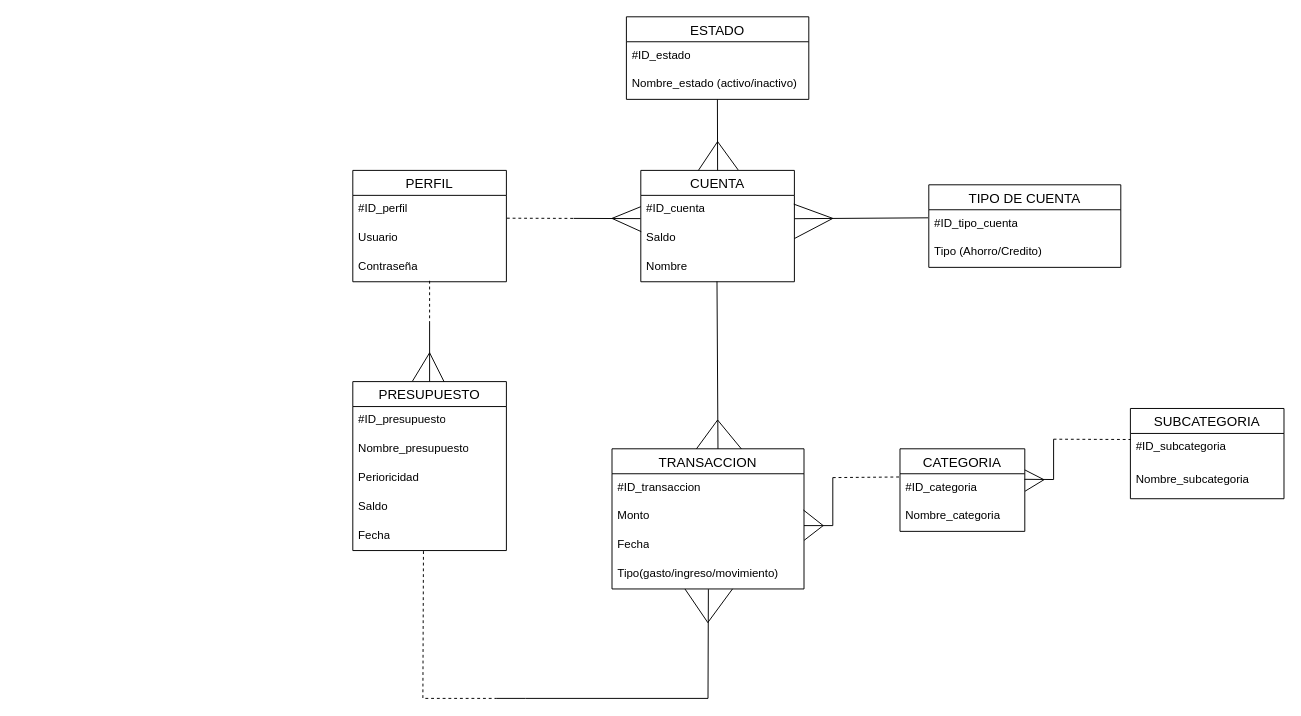
Above: mer.drawio in CristianGiVi/Proyect-bank (draw.io), before the change. Source tidied: cells renumbered, new cells numbered last; positions are measured from the earlier drawing's top-left corner, leaving out a move shared by most shapes. Both pictures are drawn from the tidied source at 96%, with x=0, y=0 at pixel (352, 16).
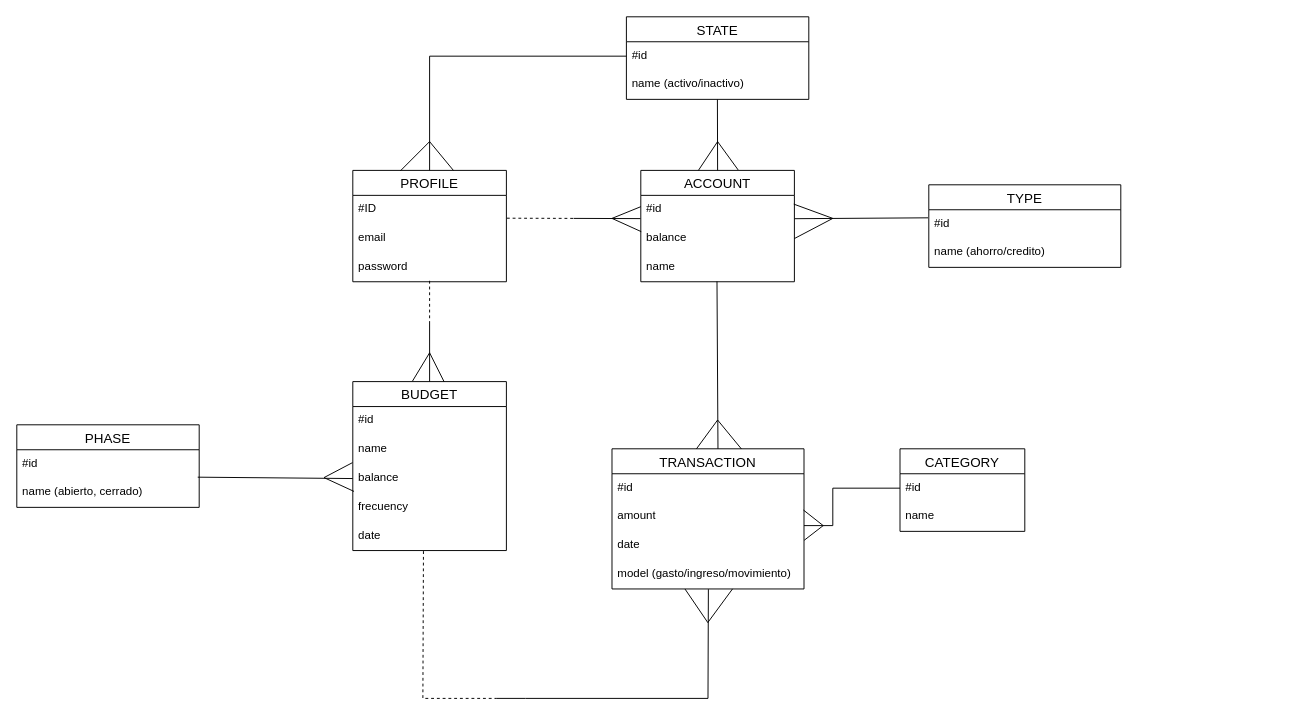
The same diagram, later.

What changed in the source:
```diff
@@
-    <mxCell id="2" value="PERFIL" style="swimlane;fontStyle=0;horizontal=1;startSize=26;align=center;fontSize=14;fillColor=default;fillStyle=solid;" parent="1" vertex="1">
+    <mxCell id="2" value="PROFILE" style="swimlane;fontStyle=0;horizontal=1;startSize=26;align=center;fontSize=14;fillColor=default;fillStyle=solid;" parent="1" vertex="1">
       <mxGeometry y="160" width="160" height="116" as="geometry" />
     </mxCell>
-    <mxCell id="3" value="#ID_perfil" style="text;strokeColor=none;fillColor=none;spacingLeft=4;spacingRight=4;overflow=hidden;points=[[0,0.5],[1,0.5]];portConstraint=eastwest;fontSize=12;whiteSpace=wrap;html=1;" parent="2" vertex="1">
+    <mxCell id="3" value="#ID" style="text;strokeColor=none;fillColor=none;spacingLeft=4;spacingRight=4;overflow=hidden;points=[[0,0.5],[1,0.5]];portConstraint=eastwest;fontSize=12;whiteSpace=wrap;html=1;" parent="2" vertex="1">
       <mxGeometry y="26" width="160" height="30" as="geometry" />
     </mxCell>
-    <mxCell id="4" value="Usuario" style="text;strokeColor=none;fillColor=none;spacingLeft=4;spacingRight=4;overflow=hidden;fontSize=12;whiteSpace=wrap;html=1;" parent="2" vertex="1">
+    <mxCell id="4" value="email" style="text;strokeColor=none;fillColor=none;spacingLeft=4;spacingRight=4;overflow=hidden;fontSize=12;whiteSpace=wrap;html=1;" parent="2" vertex="1">
       <mxGeometry y="56" width="160" height="30" as="geometry" />
     </mxCell>
-    <mxCell id="5" value="Contraseña" style="text;strokeColor=none;fillColor=none;spacingLeft=4;spacingRight=4;overflow=hidden;points=[[0,0.5],[1,0.5]];portConstraint=eastwest;fontSize=12;whiteSpace=wrap;html=1;" parent="2" vertex="1">
+    <mxCell id="5" value="password" style="text;strokeColor=none;fillColor=none;spacingLeft=4;spacingRight=4;overflow=hidden;points=[[0,0.5],[1,0.5]];portConstraint=eastwest;fontSize=12;whiteSpace=wrap;html=1;" parent="2" vertex="1">
       <mxGeometry y="86" width="160" height="30" as="geometry" />
     </mxCell>
-    <mxCell id="6" value="CUENTA" style="swimlane;fontStyle=0;horizontal=1;startSize=26;align=center;fontSize=14;" parent="1" vertex="1">
+    <mxCell id="6" value="ACCOUNT" style="swimlane;fontStyle=0;horizontal=1;startSize=26;align=center;fontSize=14;" parent="1" vertex="1">
       <mxGeometry x="300" y="160" width="160" height="116" as="geometry" />
     </mxCell>
-    <mxCell id="7" value="#ID_cuenta" style="text;strokeColor=none;fillColor=none;spacingLeft=4;spacingRight=4;overflow=hidden;points=[[0,0.5],[1,0.5]];portConstraint=eastwest;fontSize=12;whiteSpace=wrap;html=1;" parent="6" vertex="1">
+    <mxCell id="7" value="#id" style="text;strokeColor=none;fillColor=none;spacingLeft=4;spacingRight=4;overflow=hidden;points=[[0,0.5],[1,0.5]];portConstraint=eastwest;fontSize=12;whiteSpace=wrap;html=1;" parent="6" vertex="1">
       <mxGeometry y="26" width="160" height="30" as="geometry" />
     </mxCell>
-    <mxCell id="8" value="Saldo" style="text;strokeColor=none;fillColor=none;spacingLeft=4;spacingRight=4;overflow=hidden;points=[[0,0.5],[1,0.5]];portConstraint=eastwest;fontSize=12;whiteSpace=wrap;html=1;" parent="6" vertex="1">
+    <mxCell id="8" value="balance" style="text;strokeColor=none;fillColor=none;spacingLeft=4;spacingRight=4;overflow=hidden;points=[[0,0.5],[1,0.5]];portConstraint=eastwest;fontSize=12;whiteSpace=wrap;html=1;" parent="6" vertex="1">
       <mxGeometry y="56" width="160" height="30" as="geometry" />
     </mxCell>
@@
-    <mxCell id="11" value="Nombre" style="text;strokeColor=none;fillColor=none;spacingLeft=4;spacingRight=4;overflow=hidden;points=[[0,0.5],[1,0.5]];portConstraint=eastwest;fontSize=12;whiteSpace=wrap;html=1;" parent="6" vertex="1">
+    <mxCell id="11" value="name" style="text;strokeColor=none;fillColor=none;spacingLeft=4;spacingRight=4;overflow=hidden;points=[[0,0.5],[1,0.5]];portConstraint=eastwest;fontSize=12;whiteSpace=wrap;html=1;" parent="6" vertex="1">
       <mxGeometry y="86" width="160" height="30" as="geometry" />
     </mxCell>
-    <mxCell id="12" value="PRESUPUESTO" style="swimlane;fontStyle=0;horizontal=1;startSize=26;align=center;fontSize=14;" parent="1" vertex="1">
+    <mxCell id="12" value="BUDGET" style="swimlane;fontStyle=0;horizontal=1;startSize=26;align=center;fontSize=14;" parent="1" vertex="1">
       <mxGeometry y="380" width="160" height="176" as="geometry" />
     </mxCell>
-    <mxCell id="13" value="#ID_presupuesto" style="text;strokeColor=none;fillColor=none;spacingLeft=4;spacingRight=4;overflow=hidden;fontSize=12;whiteSpace=wrap;html=1;" parent="12" vertex="1">
+    <mxCell id="13" value="#id" style="text;strokeColor=none;fillColor=none;spacingLeft=4;spacingRight=4;overflow=hidden;fontSize=12;whiteSpace=wrap;html=1;" parent="12" vertex="1">
       <mxGeometry y="26" width="160" height="30" as="geometry" />
     </mxCell>
-    <mxCell id="14" value="Nombre_presupuesto" style="text;strokeColor=none;fillColor=none;spacingLeft=4;spacingRight=4;overflow=hidden;points=[[0,0.5],[1,0.5]];portConstraint=eastwest;fontSize=12;whiteSpace=wrap;html=1;" parent="12" vertex="1">
+    <mxCell id="14" value="name" style="text;strokeColor=none;fillColor=none;spacingLeft=4;spacingRight=4;overflow=hidden;points=[[0,0.5],[1,0.5]];portConstraint=eastwest;fontSize=12;whiteSpace=wrap;html=1;" parent="12" vertex="1">
       <mxGeometry y="56" width="160" height="30" as="geometry" />
     </mxCell>
-    <mxCell id="15" value="Perioricidad" style="text;strokeColor=none;fillColor=none;spacingLeft=4;spacingRight=4;overflow=hidden;points=[[0,0.5],[1,0.5]];portConstraint=eastwest;fontSize=12;whiteSpace=wrap;html=1;" parent="12" vertex="1">
+    <mxCell id="15" value="balance" style="text;strokeColor=none;fillColor=none;spacingLeft=4;spacingRight=4;overflow=hidden;points=[[0,0.5],[1,0.5]];portConstraint=eastwest;fontSize=12;whiteSpace=wrap;html=1;" parent="12" vertex="1">
       <mxGeometry y="86" width="160" height="30" as="geometry" />
     </mxCell>
-    <mxCell id="16" value="Saldo" style="text;strokeColor=none;fillColor=none;spacingLeft=4;spacingRight=4;overflow=hidden;points=[[0,0.5],[1,0.5]];portConstraint=eastwest;fontSize=12;whiteSpace=wrap;html=1;" parent="12" vertex="1">
+    <mxCell id="16" value="frecuency" style="text;strokeColor=none;fillColor=none;spacingLeft=4;spacingRight=4;overflow=hidden;points=[[0,0.5],[1,0.5]];portConstraint=eastwest;fontSize=12;whiteSpace=wrap;html=1;" parent="12" vertex="1">
       <mxGeometry y="116" width="160" height="30" as="geometry" />
     </mxCell>
-    <mxCell id="17" value="Fecha" style="text;strokeColor=none;fillColor=none;spacingLeft=4;spacingRight=4;overflow=hidden;points=[[0,0.5],[1,0.5]];portConstraint=eastwest;fontSize=12;whiteSpace=wrap;html=1;" parent="12" vertex="1">
+    <mxCell id="17" value="date" style="text;strokeColor=none;fillColor=none;spacingLeft=4;spacingRight=4;overflow=hidden;points=[[0,0.5],[1,0.5]];portConstraint=eastwest;fontSize=12;whiteSpace=wrap;html=1;" parent="12" vertex="1">
       <mxGeometry y="146" width="160" height="30" as="geometry" />
     </mxCell>
+    <mxCell id="54" style="endArrow=none;html=1;rounded=0;exitX=-0.002;exitY=0.947;exitDx=0;exitDy=0;exitPerimeter=0;entryX=0.008;entryY=-0.053;entryDx=0;entryDy=0;entryPerimeter=0;" parent="12" edge="1" source="14" target="16">
+      <mxGeometry relative="1" as="geometry">
+        <Array as="points">
+          <mxPoint x="-30" y="100" />
+        </Array>
+      </mxGeometry>
+    </mxCell>
-    <mxCell id="18" value="TRANSACCION" style="swimlane;fontStyle=0;horizontal=1;startSize=26;align=center;fontSize=14;fillColor=default;fillStyle=solid;" parent="1" vertex="1">
+    <mxCell id="18" value="TRANSACTION" style="swimlane;fontStyle=0;horizontal=1;startSize=26;align=center;fontSize=14;fillColor=default;fillStyle=solid;" parent="1" vertex="1">
       <mxGeometry x="270" y="450" width="200" height="146" as="geometry" />
     </mxCell>
-    <mxCell id="19" value="#ID_transaccion" style="text;strokeColor=none;fillColor=none;spacingLeft=4;spacingRight=4;overflow=hidden;fontSize=12;whiteSpace=wrap;html=1;" parent="18" vertex="1">
+    <mxCell id="19" value="#id" style="text;strokeColor=none;fillColor=none;spacingLeft=4;spacingRight=4;overflow=hidden;fontSize=12;whiteSpace=wrap;html=1;" parent="18" vertex="1">
       <mxGeometry y="26" width="200" height="30" as="geometry" />
     </mxCell>
-    <mxCell id="20" value="Monto" style="text;strokeColor=none;fillColor=none;spacingLeft=4;spacingRight=4;overflow=hidden;points=[[0,0.5],[1,0.5]];portConstraint=eastwest;fontSize=12;whiteSpace=wrap;html=1;" parent="18" vertex="1">
+    <mxCell id="20" value="amount" style="text;strokeColor=none;fillColor=none;spacingLeft=4;spacingRight=4;overflow=hidden;points=[[0,0.5],[1,0.5]];portConstraint=eastwest;fontSize=12;whiteSpace=wrap;html=1;" parent="18" vertex="1">
       <mxGeometry y="56" width="200" height="30" as="geometry" />
     </mxCell>
-    <mxCell id="21" value="Fecha" style="text;strokeColor=none;fillColor=none;spacingLeft=4;spacingRight=4;overflow=hidden;points=[[0,0.5],[1,0.5]];portConstraint=eastwest;fontSize=12;whiteSpace=wrap;html=1;" parent="18" vertex="1">
+    <mxCell id="21" value="date" style="text;strokeColor=none;fillColor=none;spacingLeft=4;spacingRight=4;overflow=hidden;points=[[0,0.5],[1,0.5]];portConstraint=eastwest;fontSize=12;whiteSpace=wrap;html=1;" parent="18" vertex="1">
       <mxGeometry y="86" width="200" height="30" as="geometry" />
     </mxCell>
@@
-    <mxCell id="23" value="Tipo(gasto/ingreso/movimiento)" style="text;strokeColor=none;fillColor=none;spacingLeft=4;spacingRight=4;overflow=hidden;points=[[0,0.5],[1,0.5]];portConstraint=eastwest;fontSize=12;whiteSpace=wrap;html=1;" parent="18" vertex="1">
+    <mxCell id="23" value="model (gasto/ingreso/movimiento)" style="text;strokeColor=none;fillColor=none;spacingLeft=4;spacingRight=4;overflow=hidden;points=[[0,0.5],[1,0.5]];portConstraint=eastwest;fontSize=12;whiteSpace=wrap;html=1;" parent="18" vertex="1">
       <mxGeometry y="116" width="200" height="30" as="geometry" />
     </mxCell>
-    <mxCell id="24" value="CATEGORIA" style="swimlane;fontStyle=0;horizontal=1;startSize=26;align=center;fontSize=14;fillColor=default;fillStyle=solid;" parent="1" vertex="1">
+    <mxCell id="24" value="CATEGORY" style="swimlane;fontStyle=0;horizontal=1;startSize=26;align=center;fontSize=14;fillColor=default;fillStyle=solid;" parent="1" vertex="1">
       <mxGeometry x="570" y="450" width="130" height="86" as="geometry" />
     </mxCell>
-    <mxCell id="25" value="#ID_categoria" style="text;strokeColor=none;fillColor=none;spacingLeft=4;spacingRight=4;overflow=hidden;points=[[0,0.5],[1,0.5]];portConstraint=eastwest;fontSize=12;whiteSpace=wrap;html=1;" parent="24" vertex="1">
+    <mxCell id="25" value="#id" style="text;strokeColor=none;fillColor=none;spacingLeft=4;spacingRight=4;overflow=hidden;points=[[0,0.5],[1,0.5]];portConstraint=eastwest;fontSize=12;whiteSpace=wrap;html=1;" parent="24" vertex="1">
       <mxGeometry y="26" width="130" height="30" as="geometry" />
     </mxCell>
-    <mxCell id="26" value="Nombre_categoria" style="text;strokeColor=none;fillColor=none;spacingLeft=4;spacingRight=4;overflow=hidden;fontSize=12;whiteSpace=wrap;html=1;" parent="24" vertex="1">
+    <mxCell id="26" value="name" style="text;strokeColor=none;fillColor=none;spacingLeft=4;spacingRight=4;overflow=hidden;fontSize=12;whiteSpace=wrap;html=1;" parent="24" vertex="1">
       <mxGeometry y="56" width="130" height="30" as="geometry" />
     </mxCell>
-    <mxCell id="27" value="TIPO DE CUENTA" style="swimlane;fontStyle=0;horizontal=1;startSize=26;align=center;fontSize=14;fillColor=default;fillStyle=solid;" parent="1" vertex="1">
+    <mxCell id="27" value="TYPE" style="swimlane;fontStyle=0;horizontal=1;startSize=26;align=center;fontSize=14;fillColor=default;fillStyle=solid;" parent="1" vertex="1">
       <mxGeometry x="600" y="175" width="200" height="86" as="geometry" />
     </mxCell>
-    <mxCell id="28" value="#ID_tipo_cuenta" style="text;strokeColor=none;fillColor=none;spacingLeft=4;spacingRight=4;overflow=hidden;points=[[0,0.5],[1,0.5]];portConstraint=eastwest;fontSize=12;whiteSpace=wrap;html=1;" parent="27" vertex="1">
+    <mxCell id="28" value="#id" style="text;strokeColor=none;fillColor=none;spacingLeft=4;spacingRight=4;overflow=hidden;points=[[0,0.5],[1,0.5]];portConstraint=eastwest;fontSize=12;whiteSpace=wrap;html=1;" parent="27" vertex="1">
       <mxGeometry y="26" width="200" height="30" as="geometry" />
     </mxCell>
-    <mxCell id="29" value="Tipo (Ahorro/Credito)" style="text;strokeColor=none;fillColor=none;spacingLeft=4;spacingRight=4;overflow=hidden;fontSize=12;whiteSpace=wrap;html=1;" parent="27" vertex="1">
+    <mxCell id="29" value="name (ahorro/credito)" style="text;strokeColor=none;fillColor=none;spacingLeft=4;spacingRight=4;overflow=hidden;fontSize=12;whiteSpace=wrap;html=1;" parent="27" vertex="1">
       <mxGeometry y="56" width="200" height="30" as="geometry" />
     </mxCell>
@@
-    <mxCell id="36" value="SUBCATEGORIA" style="swimlane;fontStyle=0;horizontal=1;startSize=26;align=center;fontSize=14;fillColor=default;fillStyle=solid;" parent="1" vertex="1">
-      <mxGeometry x="810" y="408" width="160" height="94" as="geometry" />
-    </mxCell>
-    <mxCell id="37" value="#ID_subcategoria" style="text;strokeColor=none;fillColor=none;spacingLeft=4;spacingRight=4;overflow=hidden;points=[[0,0.5],[1,0.5]];portConstraint=eastwest;fontSize=12;whiteSpace=wrap;html=1;" parent="36" vertex="1">
-      <mxGeometry y="26" width="160" height="34" as="geometry" />
-    </mxCell>
-    <mxCell id="38" value="Nombre_subcategoria" style="text;strokeColor=none;fillColor=none;spacingLeft=4;spacingRight=4;overflow=hidden;fontSize=12;whiteSpace=wrap;html=1;" parent="36" vertex="1">
-      <mxGeometry y="60" width="160" height="34" as="geometry" />
-    </mxCell>
-    <mxCell id="39" style="endArrow=none;html=1;rounded=0;" parent="1" edge="1">
+    <mxCell id="39" style="endArrow=none;html=1;rounded=0;entryX=0;entryY=0.5;entryDx=0;entryDy=0;" parent="1" edge="1" target="25">
       <mxGeometry relative="1" as="geometry">
         <mxPoint x="470" y="530" as="sourcePoint" />
-        <mxPoint x="500" y="480" as="targetPoint" />
         <Array as="points">
           <mxPoint x="500" y="530" />
+          <mxPoint x="500" y="491" />
         </Array>
       </mxGeometry>
     </mxCell>
-    <mxCell id="40" style="endArrow=none;dashed=1;html=1;rounded=0;entryX=-0.008;entryY=0.112;entryDx=0;entryDy=0;entryPerimeter=0;" parent="1" edge="1" target="25">
-      <mxGeometry relative="1" as="geometry">
-        <mxPoint x="500" y="480" as="sourcePoint" />
-      </mxGeometry>
-    </mxCell>
-    <mxCell id="41" style="endArrow=none;html=1;rounded=0;exitX=0.997;exitY=0.193;exitDx=0;exitDy=0;exitPerimeter=0;" parent="1" edge="1" source="25">
-      <mxGeometry relative="1" as="geometry">
-        <mxPoint x="730" y="440" as="targetPoint" />
-        <Array as="points">
-          <mxPoint x="730" y="482" />
-        </Array>
-      </mxGeometry>
-    </mxCell>
-    <mxCell id="42" style="endArrow=none;html=1;rounded=0;exitX=1.002;exitY=0.606;exitDx=0;exitDy=0;exitPerimeter=0;entryX=1;entryY=0.354;entryDx=0;entryDy=0;entryPerimeter=0;" parent="1" edge="1" source="25">
-      <mxGeometry relative="1" as="geometry">
-        <mxPoint x="700" y="472" as="targetPoint" />
-        <Array as="points">
-          <mxPoint x="720" y="482.2" />
-        </Array>
-      </mxGeometry>
-    </mxCell>
-    <mxCell id="43" style="endArrow=none;dashed=1;html=1;rounded=0;entryX=0.002;entryY=0.186;entryDx=0;entryDy=0;entryPerimeter=0;" parent="1" edge="1" target="37">
-      <mxGeometry relative="1" as="geometry">
-        <mxPoint x="730" y="440" as="sourcePoint" />
-      </mxGeometry>
-    </mxCell>
@@
-    <mxCell id="49" value="ESTADO" style="swimlane;fontStyle=0;horizontal=1;startSize=26;align=center;fontSize=14;fillColor=default;fillStyle=solid;" parent="1" vertex="1">
+    <mxCell id="49" value="STATE" style="swimlane;fontStyle=0;horizontal=1;startSize=26;align=center;fontSize=14;fillColor=default;fillStyle=solid;" parent="1" vertex="1">
       <mxGeometry x="285" width="190" height="86" as="geometry" />
     </mxCell>
-    <mxCell id="50" value="#ID_estado" style="text;strokeColor=none;fillColor=none;spacingLeft=4;spacingRight=4;overflow=hidden;points=[[0,0.5],[1,0.5]];portConstraint=eastwest;fontSize=12;whiteSpace=wrap;html=1;" parent="49" vertex="1">
+    <mxCell id="50" value="#id" style="text;strokeColor=none;fillColor=none;spacingLeft=4;spacingRight=4;overflow=hidden;points=[[0,0.5],[1,0.5]];portConstraint=eastwest;fontSize=12;whiteSpace=wrap;html=1;" parent="49" vertex="1">
       <mxGeometry y="26" width="190" height="30" as="geometry" />
     </mxCell>
-    <mxCell id="51" value="Nombre_estado (activo/inactivo)" style="text;strokeColor=none;fillColor=none;spacingLeft=4;spacingRight=4;overflow=hidden;points=[[0,0.5],[1,0.5]];portConstraint=eastwest;fontSize=12;whiteSpace=wrap;html=1;" parent="49" vertex="1">
+    <mxCell id="51" value="name (activo/inactivo)" style="text;strokeColor=none;fillColor=none;spacingLeft=4;spacingRight=4;overflow=hidden;points=[[0,0.5],[1,0.5]];portConstraint=eastwest;fontSize=12;whiteSpace=wrap;html=1;" parent="49" vertex="1">
       <mxGeometry y="56" width="190" height="30" as="geometry" />
     </mxCell>
@@
+    <mxCell id="55" style="endArrow=none;html=1;rounded=0;exitX=0.5;exitY=0;exitDx=0;exitDy=0;entryX=0;entryY=0.5;entryDx=0;entryDy=0;" parent="1" edge="1" source="2" target="50">
+      <mxGeometry relative="1" as="geometry">
+        <Array as="points">
+          <mxPoint x="80" y="41" />
+        </Array>
+      </mxGeometry>
+    </mxCell>
+    <mxCell id="56" style="endArrow=none;html=1;rounded=0;exitX=0.31;exitY=0.004;exitDx=0;exitDy=0;exitPerimeter=0;entryX=0.655;entryY=0;entryDx=0;entryDy=0;entryPerimeter=0;" parent="1" edge="1" source="2" target="2">
+      <mxGeometry relative="1" as="geometry">
+        <Array as="points">
+          <mxPoint x="80" y="130" />
+        </Array>
+      </mxGeometry>
+    </mxCell>
+    <mxCell id="57" value="PHASE" style="swimlane;fontStyle=0;horizontal=1;startSize=26;align=center;fontSize=14;fillColor=default;fillStyle=solid;" parent="1" vertex="1">
+      <mxGeometry x="-350" y="425" width="190" height="86" as="geometry" />
+    </mxCell>
+    <mxCell id="58" value="#id" style="text;strokeColor=none;fillColor=none;spacingLeft=4;spacingRight=4;overflow=hidden;fontSize=12;whiteSpace=wrap;html=1;" parent="57" vertex="1">
+      <mxGeometry y="26" width="190" height="30" as="geometry" />
+    </mxCell>
+    <mxCell id="59" value="name (abierto, cerrado)" style="text;strokeColor=none;fillColor=none;spacingLeft=4;spacingRight=4;overflow=hidden;points=[[0,0.5],[1,0.5]];portConstraint=eastwest;fontSize=12;whiteSpace=wrap;html=1;" parent="57" vertex="1">
+      <mxGeometry y="56" width="190" height="30" as="geometry" />
+    </mxCell>
+    <mxCell id="60" style="endArrow=none;html=1;rounded=0;exitX=0.992;exitY=-0.048;exitDx=0;exitDy=0;exitPerimeter=0;entryX=0;entryY=0.5;entryDx=0;entryDy=0;" parent="1" edge="1" source="59" target="15">
+      <mxGeometry relative="1" as="geometry" />
+    </mxCell>
```
